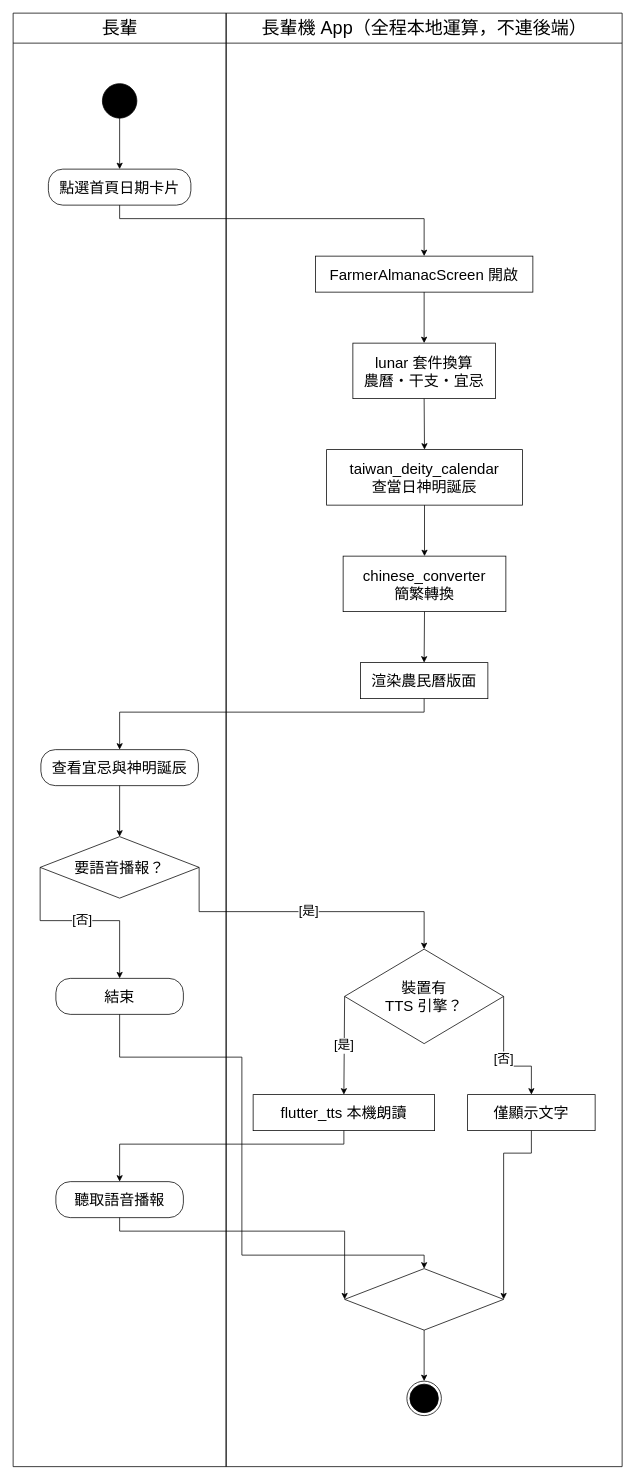
Above: Uban System Documents/drawio圖/A08-生活工具.drawio in HuangYu-Kai/Uban (draw.io), before the change. Source tidied: cells renumbered, new cells numbered last; positions are measured from the earlier drawing's top-left corner, leaving out a move shared by most shapes. Both pictures are drawn from the tidied source at 75%, with x=0, y=0 at pixel (13, 13).
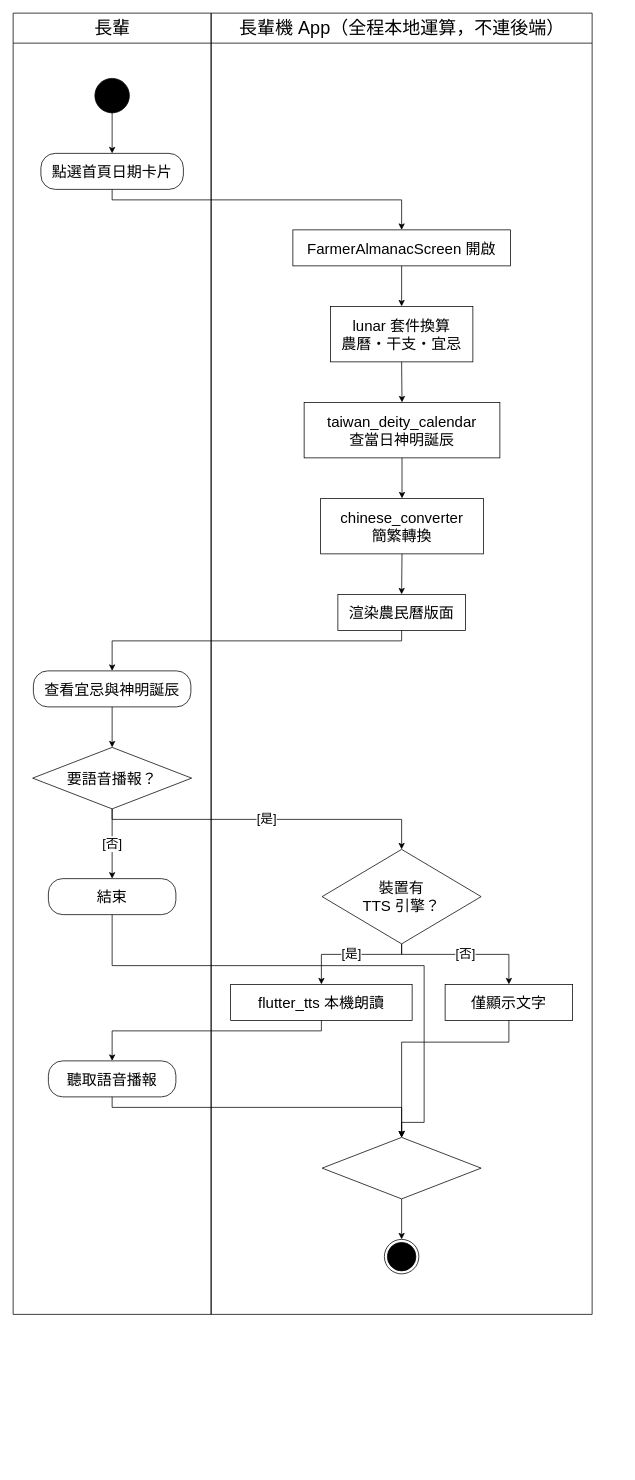
After the change.

What changed in the source:
```diff
@@
     <mxCell id="2" value="長輩" style="swimlane;html=1;horizontal=1;startSize=40;fillColor=none;strokeColor=#000000;fontSize=24;fontColor=#000000;fontStyle=0;swimlaneFillColor=none;" parent="1" vertex="1">
-      <mxGeometry width="284" height="1938" as="geometry" />
+      <mxGeometry width="264" height="1735" as="geometry" />
     </mxCell>
     <mxCell id="3" value="長輩機 App（全程本地運算，不連後端）" style="swimlane;html=1;horizontal=1;startSize=40;fillColor=none;strokeColor=#000000;fontSize=24;fontColor=#000000;fontStyle=0;swimlaneFillColor=none;" parent="1" vertex="1">
-      <mxGeometry x="284" width="528" height="1938" as="geometry" />
+      <mxGeometry x="264" width="508" height="1735" as="geometry" />
     </mxCell>
     <mxCell id="4" style="ellipse;html=1;fillColor=#000000;strokeColor=#000000;" parent="2" vertex="1">
-      <mxGeometry x="119" y="94" width="46" height="46" as="geometry" />
+      <mxGeometry x="109" y="87" width="46" height="46" as="geometry" />
     </mxCell>
     <mxCell id="5" value="點選首頁日期卡片" style="rounded=1;arcSize=40;whiteSpace=wrap;html=1;fillColor=#FFFFFF;strokeColor=#000000;fontSize=20;fontColor=#000000;" parent="2" vertex="1">
-      <mxGeometry x="47" y="208" width="190" height="48" as="geometry" />
+      <mxGeometry x="37" y="187" width="190" height="48" as="geometry" />
     </mxCell>
     <mxCell id="6" value="要語音播報？" style="rhombus;whiteSpace=wrap;html=1;fillColor=#FFFFFF;strokeColor=#000000;fontSize=20;fontColor=#000000;" parent="2" vertex="1">
-      <mxGeometry x="36" y="1098" width="212" height="82" as="geometry" />
+      <mxGeometry x="26" y="979" width="212" height="82" as="geometry" />
     </mxCell>
     <mxCell id="7" value="查看宜忌與神明誕辰" style="rounded=1;arcSize=40;whiteSpace=wrap;html=1;fillColor=#FFFFFF;strokeColor=#000000;fontSize=20;fontColor=#000000;" parent="2" vertex="1">
-      <mxGeometry x="37" y="982" width="210" height="48" as="geometry" />
+      <mxGeometry x="27" y="877" width="210" height="48" as="geometry" />
     </mxCell>
     <mxCell id="8" value="聽取語音播報" style="rounded=1;arcSize=40;whiteSpace=wrap;html=1;fillColor=#FFFFFF;strokeColor=#000000;fontSize=20;fontColor=#000000;" parent="2" vertex="1">
-      <mxGeometry x="57" y="1558" width="170" height="48" as="geometry" />
+      <mxGeometry x="47" y="1397" width="170" height="48" as="geometry" />
     </mxCell>
     <mxCell id="9" value="結束" style="rounded=1;arcSize=40;whiteSpace=wrap;html=1;fillColor=#FFFFFF;strokeColor=#000000;fontSize=20;fontColor=#000000;" parent="2" vertex="1">
-      <mxGeometry x="57" y="1287" width="170" height="48" as="geometry" />
+      <mxGeometry x="47" y="1154" width="170" height="48" as="geometry" />
     </mxCell>
     <mxCell id="10" value="FarmerAlmanacScreen 開啟" style="rounded=0;whiteSpace=wrap;html=1;fillColor=#FFFFFF;strokeColor=#000000;fontSize=20;fontColor=#000000;" parent="3" vertex="1">
-      <mxGeometry x="119" y="324" width="290" height="48" as="geometry" />
+      <mxGeometry x="109" y="289" width="290" height="48" as="geometry" />
     </mxCell>
     <mxCell id="11" value="lunar 套件換算&lt;br&gt;農曆・干支・宜忌" style="rounded=0;whiteSpace=wrap;html=1;fillColor=#FFFFFF;strokeColor=#000000;fontSize=20;fontColor=#000000;" parent="3" vertex="1">
-      <mxGeometry x="169" y="440" width="190" height="74" as="geometry" />
+      <mxGeometry x="159" y="391" width="190" height="74" as="geometry" />
     </mxCell>
     <mxCell id="12" value="taiwan_deity_calendar&lt;br&gt;查當日神明誕辰" style="rounded=0;whiteSpace=wrap;html=1;fillColor=#FFFFFF;strokeColor=#000000;fontSize=20;fontColor=#000000;" parent="3" vertex="1">
-      <mxGeometry x="134" y="582" width="261" height="74" as="geometry" />
+      <mxGeometry x="124" y="519" width="261" height="74" as="geometry" />
     </mxCell>
     <mxCell id="13" value="chinese_converter&lt;br&gt;簡繁轉換" style="rounded=0;whiteSpace=wrap;html=1;fillColor=#FFFFFF;strokeColor=#000000;fontSize=20;fontColor=#000000;" parent="3" vertex="1">
-      <mxGeometry x="156" y="724" width="217" height="74" as="geometry" />
+      <mxGeometry x="146" y="647" width="217" height="74" as="geometry" />
     </mxCell>
     <mxCell id="14" value="渲染農民曆版面" style="rounded=0;whiteSpace=wrap;html=1;fillColor=#FFFFFF;strokeColor=#000000;fontSize=20;fontColor=#000000;" parent="3" vertex="1">
-      <mxGeometry x="179" y="866" width="170" height="48" as="geometry" />
+      <mxGeometry x="169" y="775" width="170" height="48" as="geometry" />
     </mxCell>
     <mxCell id="15" value="flutter_tts 本機朗讀" style="rounded=0;whiteSpace=wrap;html=1;fillColor=#FFFFFF;strokeColor=#000000;fontSize=20;fontColor=#000000;" parent="3" vertex="1">
-      <mxGeometry x="36" y="1442" width="242" height="48" as="geometry" />
+      <mxGeometry x="26" y="1295" width="242" height="48" as="geometry" />
     </mxCell>
     <mxCell id="16" value="僅顯示文字" style="rounded=0;whiteSpace=wrap;html=1;fillColor=#FFFFFF;strokeColor=#000000;fontSize=20;fontColor=#000000;" parent="3" vertex="1">
-      <mxGeometry x="322" y="1442" width="170" height="48" as="geometry" />
+      <mxGeometry x="312" y="1295" width="170" height="48" as="geometry" />
     </mxCell>
     <mxCell id="17" value="裝置有&lt;br&gt;TTS 引擎？" style="rhombus;whiteSpace=wrap;html=1;fillColor=#FFFFFF;strokeColor=#000000;fontSize=20;fontColor=#000000;" parent="3" vertex="1">
-      <mxGeometry x="158" y="1248" width="212" height="126" as="geometry" />
+      <mxGeometry x="148" y="1115" width="212" height="126" as="geometry" />
     </mxCell>
     <mxCell id="18" style="rhombus;whiteSpace=wrap;html=1;fillColor=#FFFFFF;strokeColor=#000000;fontSize=20;fontColor=#000000;" parent="3" vertex="1">
-      <mxGeometry x="158" y="1674" width="212" height="82" as="geometry" />
+      <mxGeometry x="148" y="1499" width="212" height="82" as="geometry" />
     </mxCell>
     <mxCell id="19" style="ellipse;html=1;shape=endState;fillColor=#000000;strokeColor=#000000;" parent="3" vertex="1">
-      <mxGeometry x="241" y="1824" width="46" height="46" as="geometry" />
+      <mxGeometry x="231" y="1635" width="46" height="46" as="geometry" />
     </mxCell>
@@
     <mxCell id="21" style="edgeStyle=none;rounded=0;html=1;strokeColor=#000000;fontSize=17;fontColor=#000000;labelBackgroundColor=#FFFFFF;endArrow=classic;endFill=1;exitPerimeter=0;entryPerimeter=0;exitX=0.5;exitY=1;exitDx=0;exitDy=0;entryX=0.5;entryY=0;entryDx=0;entryDy=0;" parent="1" edge="1" source="5" target="10">
       <mxGeometry relative="1" as="geometry">
         <Array as="points">
-          <mxPoint x="142" y="274" />
-          <mxPoint x="548" y="274" />
+          <mxPoint x="132" y="249" />
+          <mxPoint x="518" y="249" />
         </Array>
       </mxGeometry>
     </mxCell>
@@
     <mxCell id="26" style="edgeStyle=none;rounded=0;html=1;strokeColor=#000000;fontSize=17;fontColor=#000000;labelBackgroundColor=#FFFFFF;endArrow=classic;endFill=1;exitPerimeter=0;entryPerimeter=0;exitX=0.5;exitY=1;exitDx=0;exitDy=0;entryX=0.5;entryY=0;entryDx=0;entryDy=0;" parent="1" edge="1" source="14" target="7">
       <mxGeometry relative="1" as="geometry">
         <Array as="points">
-          <mxPoint x="548" y="932" />
-          <mxPoint x="142" y="932" />
+          <mxPoint x="518" y="837" />
+          <mxPoint x="132" y="837" />
         </Array>
       </mxGeometry>
     </mxCell>
@@
-    <mxCell id="28" value="[否]" style="edgeStyle=none;rounded=0;html=1;strokeColor=#000000;fontSize=17;fontColor=#000000;labelBackgroundColor=#FFFFFF;endArrow=classic;endFill=1;exitPerimeter=0;entryPerimeter=0;exitX=0;exitY=0.5;exitDx=0;exitDy=0;entryX=0.5;entryY=0;entryDx=0;entryDy=0;" parent="1" edge="1" source="6" target="9">
-      <mxGeometry relative="1" as="geometry">
-        <Array as="points">
-          <mxPoint x="36" y="1210" />
-          <mxPoint x="142" y="1210" />
-        </Array>
-      </mxGeometry>
+    <mxCell id="28" value="[否]" style="edgeStyle=none;rounded=0;html=1;strokeColor=#000000;fontSize=17;fontColor=#000000;labelBackgroundColor=#FFFFFF;endArrow=classic;endFill=1;exitPerimeter=0;entryPerimeter=0;exitX=0.5;exitY=1;exitDx=0;exitDy=0;entryX=0.5;entryY=0;entryDx=0;entryDy=0;" parent="1" edge="1" source="6" target="9">
+      <mxGeometry relative="1" as="geometry" />
     </mxCell>
-    <mxCell id="29" value="[是]" style="edgeStyle=none;rounded=0;html=1;strokeColor=#000000;fontSize=17;fontColor=#000000;labelBackgroundColor=#FFFFFF;endArrow=classic;endFill=1;exitPerimeter=0;entryPerimeter=0;exitX=1;exitY=0.5;exitDx=0;exitDy=0;entryX=0.5;entryY=0;entryDx=0;entryDy=0;" parent="1" edge="1" source="6" target="17">
+    <mxCell id="29" value="[是]" style="edgeStyle=none;rounded=0;html=1;strokeColor=#000000;fontSize=17;fontColor=#000000;labelBackgroundColor=#FFFFFF;endArrow=classic;endFill=1;exitPerimeter=0;entryPerimeter=0;exitX=0.5;exitY=1;exitDx=0;exitDy=0;entryX=0.5;entryY=0;entryDx=0;entryDy=0;" parent="1" edge="1" source="6" target="17">
       <mxGeometry relative="1" as="geometry">
         <Array as="points">
-          <mxPoint x="248" y="1198" />
-          <mxPoint x="548" y="1198" />
+          <mxPoint x="132" y="1075" />
+          <mxPoint x="518" y="1075" />
         </Array>
       </mxGeometry>
     </mxCell>
-    <mxCell id="30" value="[是]" style="edgeStyle=none;rounded=0;html=1;strokeColor=#000000;fontSize=17;fontColor=#000000;labelBackgroundColor=#FFFFFF;endArrow=classic;endFill=1;exitPerimeter=0;entryPerimeter=0;exitX=0;exitY=0.5;exitDx=0;exitDy=0;entryX=0.5;entryY=0;entryDx=0;entryDy=0;" parent="1" edge="1" source="17" target="15">
-      <mxGeometry relative="1" as="geometry" />
+    <mxCell id="30" value="[是]" style="edgeStyle=none;rounded=0;html=1;strokeColor=#000000;fontSize=17;fontColor=#000000;labelBackgroundColor=#FFFFFF;endArrow=classic;endFill=1;exitPerimeter=0;entryPerimeter=0;exitX=0.5;exitY=1;exitDx=0;exitDy=0;entryX=0.5;entryY=0;entryDx=0;entryDy=0;" parent="1" edge="1" source="17" target="15">
+      <mxGeometry relative="1" as="geometry">
+        <Array as="points">
+          <mxPoint x="518" y="1255" />
+          <mxPoint x="411" y="1255" />
+        </Array>
+      </mxGeometry>
     </mxCell>
     <mxCell id="31" style="edgeStyle=none;rounded=0;html=1;strokeColor=#000000;fontSize=17;fontColor=#000000;labelBackgroundColor=#FFFFFF;endArrow=classic;endFill=1;exitPerimeter=0;entryPerimeter=0;exitX=0.5;exitY=1;exitDx=0;exitDy=0;entryX=0.5;entryY=0;entryDx=0;entryDy=0;" parent="1" edge="1" source="15" target="8">
       <mxGeometry relative="1" as="geometry">
         <Array as="points">
-          <mxPoint x="441" y="1508" />
-          <mxPoint x="142" y="1508" />
+          <mxPoint x="411" y="1357" />
+          <mxPoint x="132" y="1357" />
         </Array>
       </mxGeometry>
     </mxCell>
-    <mxCell id="32" value="[否]" style="edgeStyle=none;rounded=0;html=1;strokeColor=#000000;fontSize=17;fontColor=#000000;labelBackgroundColor=#FFFFFF;endArrow=classic;endFill=1;exitPerimeter=0;entryPerimeter=0;exitX=1;exitY=0.5;exitDx=0;exitDy=0;entryX=0.5;entryY=0;entryDx=0;entryDy=0;" parent="1" edge="1" source="17" target="16">
+    <mxCell id="32" value="[否]" style="edgeStyle=none;rounded=0;html=1;strokeColor=#000000;fontSize=17;fontColor=#000000;labelBackgroundColor=#FFFFFF;endArrow=classic;endFill=1;exitPerimeter=0;entryPerimeter=0;exitX=0.5;exitY=1;exitDx=0;exitDy=0;entryX=0.5;entryY=0;entryDx=0;entryDy=0;" parent="1" edge="1" source="17" target="16">
       <mxGeometry relative="1" as="geometry">
         <Array as="points">
-          <mxPoint x="654" y="1404" />
-          <mxPoint x="691" y="1404" />
+          <mxPoint x="518" y="1255" />
+          <mxPoint x="661" y="1255" />
         </Array>
       </mxGeometry>
     </mxCell>
-    <mxCell id="33" style="edgeStyle=none;rounded=0;html=1;strokeColor=#000000;fontSize=17;fontColor=#000000;labelBackgroundColor=#FFFFFF;endArrow=classic;endFill=1;exitPerimeter=0;entryPerimeter=0;exitX=0.5;exitY=1;exitDx=0;exitDy=0;entryX=0;entryY=0.5;entryDx=0;entryDy=0;" parent="1" edge="1" source="8" target="18">
+    <mxCell id="33" style="edgeStyle=none;rounded=0;html=1;strokeColor=#000000;fontSize=17;fontColor=#000000;labelBackgroundColor=#FFFFFF;endArrow=classic;endFill=1;exitPerimeter=0;entryPerimeter=0;exitX=0.5;exitY=1;exitDx=0;exitDy=0;entryX=0.5;entryY=0;entryDx=0;entryDy=0;" parent="1" edge="1" source="8" target="18">
       <mxGeometry relative="1" as="geometry">
         <Array as="points">
-          <mxPoint x="142" y="1624" />
-          <mxPoint x="442" y="1624" />
+          <mxPoint x="132" y="1459" />
+          <mxPoint x="518" y="1459" />
         </Array>
       </mxGeometry>
     </mxCell>
     <mxCell id="34" style="edgeStyle=none;rounded=0;html=1;strokeColor=#000000;fontSize=17;fontColor=#000000;labelBackgroundColor=#FFFFFF;endArrow=classic;endFill=1;exitPerimeter=0;entryPerimeter=0;exitX=0.5;exitY=1;exitDx=0;exitDy=0;entryX=0.5;entryY=0;entryDx=0;entryDy=0;" parent="1" edge="1" source="9" target="18">
       <mxGeometry relative="1" as="geometry">
         <Array as="points">
-          <mxPoint x="142" y="1392" />
-          <mxPoint x="305" y="1392" />
-          <mxPoint x="305" y="1656" />
-          <mxPoint x="548" y="1656" />
+          <mxPoint x="132" y="1270" />
+          <mxPoint x="548" y="1270" />
+          <mxPoint x="548" y="1479" />
+          <mxPoint x="518" y="1479" />
         </Array>
       </mxGeometry>
     </mxCell>
-    <mxCell id="35" style="edgeStyle=none;rounded=0;html=1;strokeColor=#000000;fontSize=17;fontColor=#000000;labelBackgroundColor=#FFFFFF;endArrow=classic;endFill=1;exitPerimeter=0;entryPerimeter=0;exitX=0.5;exitY=1;exitDx=0;exitDy=0;entryX=1;entryY=0.5;entryDx=0;entryDy=0;" parent="1" edge="1" source="16" target="18">
+    <mxCell id="35" style="edgeStyle=none;rounded=0;html=1;strokeColor=#000000;fontSize=17;fontColor=#000000;labelBackgroundColor=#FFFFFF;endArrow=classic;endFill=1;exitPerimeter=0;entryPerimeter=0;exitX=0.5;exitY=1;exitDx=0;exitDy=0;entryX=0.5;entryY=0;entryDx=0;entryDy=0;" parent="1" edge="1" source="16" target="18">
       <mxGeometry relative="1" as="geometry">
         <Array as="points">
-          <mxPoint x="691" y="1520" />
-          <mxPoint x="654" y="1520" />
+          <mxPoint x="661" y="1372" />
+          <mxPoint x="518" y="1372" />
         </Array>
       </mxGeometry>
     </mxCell>
```
